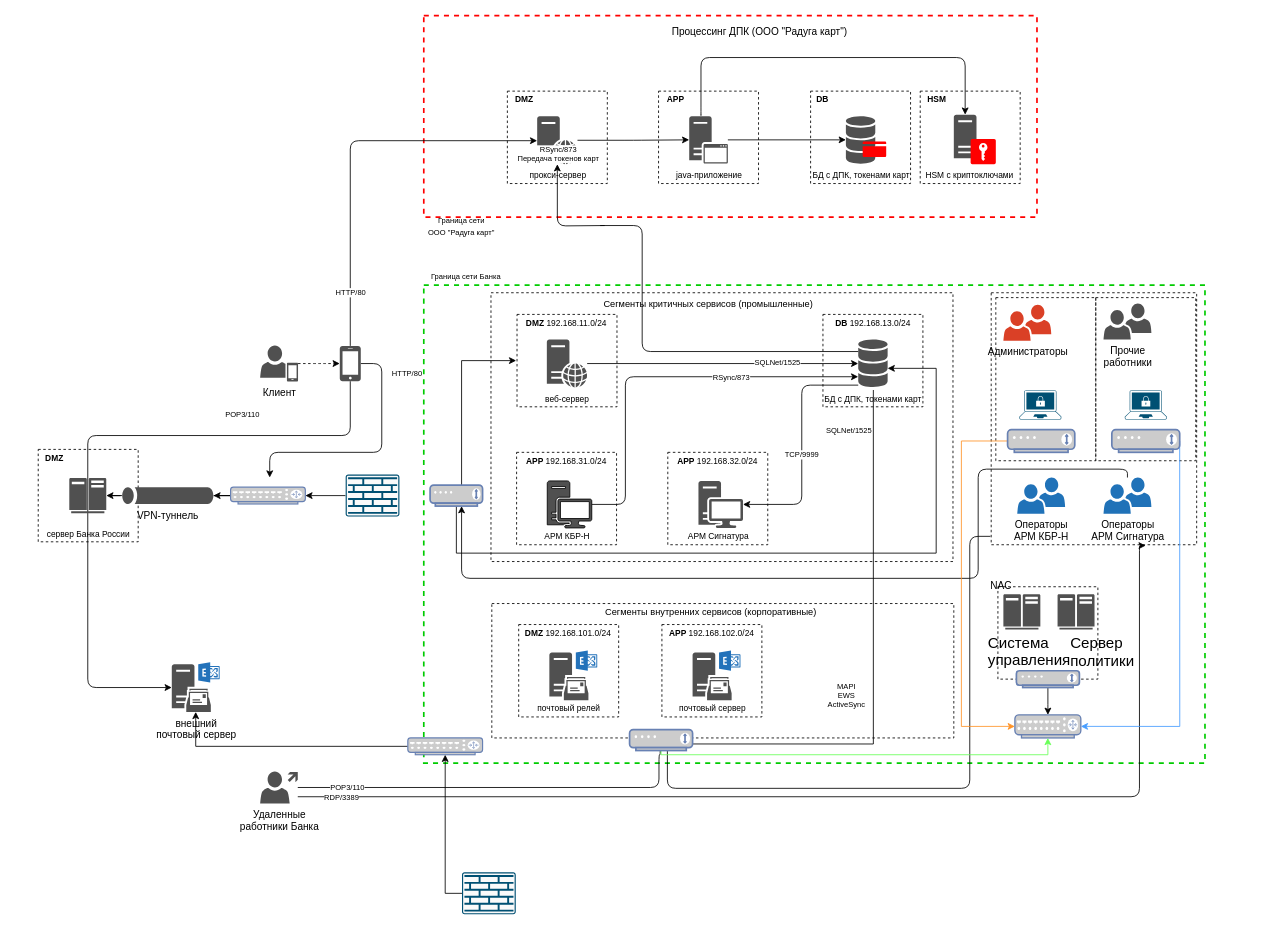
Before: ДЗ - Лекция 2 - Схема инфраструктуры Банка Троянский.drawio in KotFedot21/-_1, a draw.io diagram. Source tidied: cells renumbered, new cells numbered last; positions are measured from the earlier drawing's top-left corner, leaving out a move shared by most shapes. Both pictures are drawn from the tidied source at 84%, with x=0, y=0 at pixel (37, 15).
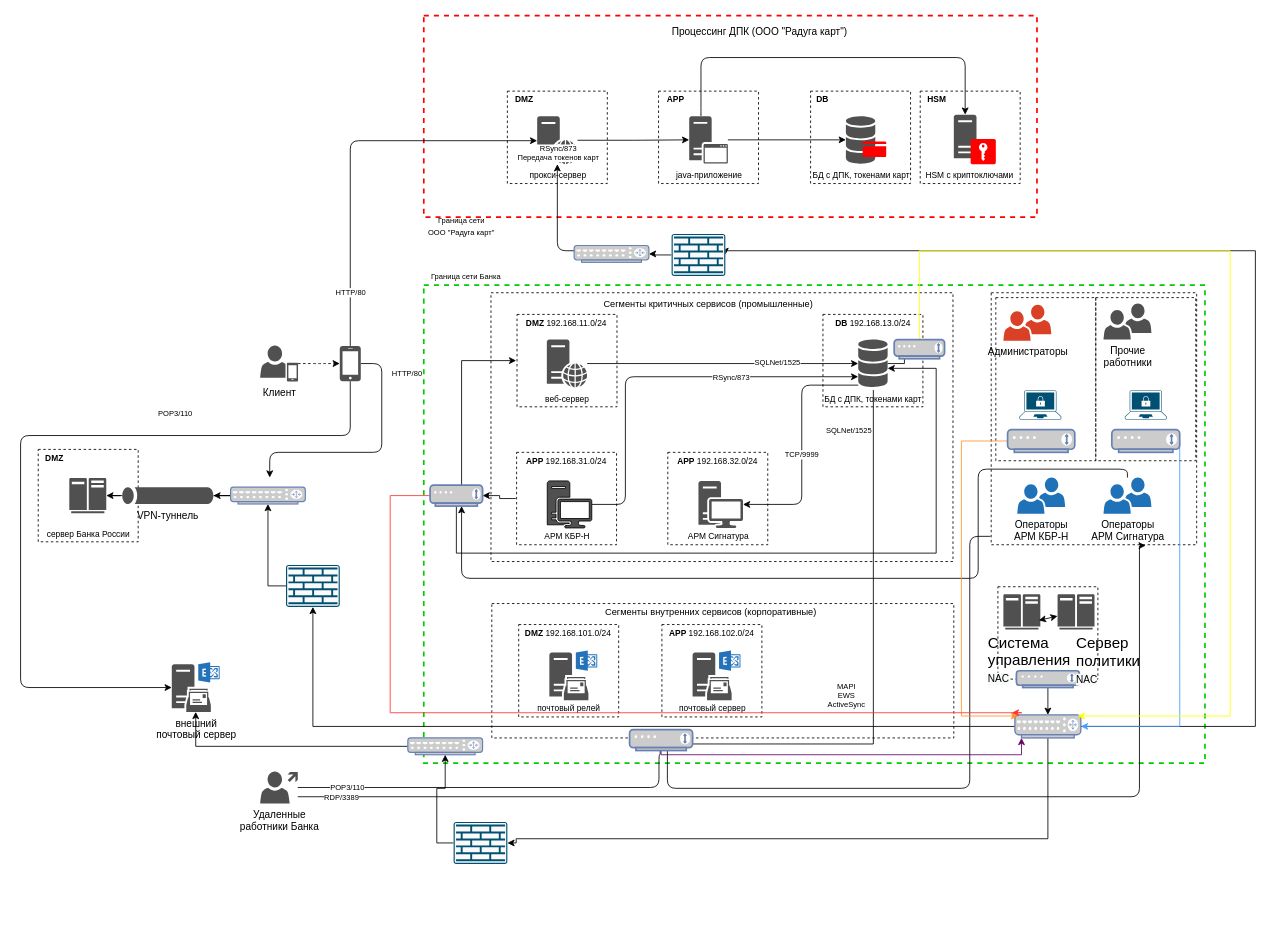
The same diagram, later.

Unchanged cells that the change refers to:
```xml
<mxCell id="9" style="rounded=0;whiteSpace=wrap;html=1;fillColor=none;dashed=1;strokeWidth=1;perimeterSpacing=1;strokeColor=#000000;" parent="1" vertex="1">
  <mxGeometry x="570.5" y="520" width="119" height="110" as="geometry" />
</mxCell>
<mxCell id="19" style="shadow=0;dashed=0;html=1;strokeColor=none;fillColor=#505050;labelPosition=center;verticalLabelPosition=bottom;verticalAlign=top;outlineConnect=0;align=center;shape=mxgraph.office.servers.web_server;" parent="1" vertex="1">
  <mxGeometry x="595" y="120" width="48" height="57" as="geometry" />
</mxCell>
<mxCell id="26" style="shadow=0;dashed=0;html=1;strokeColor=none;fillColor=#505050;labelPosition=center;verticalLabelPosition=bottom;verticalAlign=top;outlineConnect=0;align=center;shape=mxgraph.office.devices.cell_phone_iphone_standalone;" parent="1" vertex="1">
  <mxGeometry x="360" y="393.3" width="25" height="42" as="geometry" />
</mxCell>
<mxCell id="47" style="shadow=0;dashed=0;html=1;strokeColor=none;fillColor=#505050;labelPosition=center;verticalLabelPosition=bottom;verticalAlign=top;outlineConnect=0;align=center;shape=mxgraph.office.databases.database_mini_3;" parent="1" vertex="1">
  <mxGeometry x="977.2" y="385.8" width="35" height="57" as="geometry" />
</mxCell>
<mxCell id="66" value="внешний&lt;br&gt;почтовый сервер" style="shadow=0;dashed=0;html=1;strokeColor=none;fillColor=#505050;labelPosition=center;verticalLabelPosition=bottom;verticalAlign=top;outlineConnect=0;align=center;shape=mxgraph.office.servers.exchange_mailbox_server;labelBackgroundColor=none;" parent="1" vertex="1">
  <mxGeometry x="160" y="770" width="57" height="59" as="geometry" />
</mxCell>
<mxCell id="101" style="shadow=0;dashed=0;html=1;strokeColor=none;fillColor=#505050;labelPosition=center;verticalLabelPosition=bottom;verticalAlign=top;outlineConnect=0;align=center;shape=mxgraph.office.servers.mainframe_host;labelBackgroundColor=none;" parent="1" vertex="1">
  <mxGeometry x="1214.5" y="689" width="44" height="42" as="geometry" />
</mxCell>
<mxCell id="102" style="fontColor=#0066CC;verticalAlign=top;verticalLabelPosition=bottom;labelPosition=center;align=center;html=1;outlineConnect=0;fillColor=#CCCCCC;strokeColor=#6881B3;gradientColor=none;gradientDirection=north;strokeWidth=2;shape=mxgraph.networks.router;" parent="1" vertex="1">
  <mxGeometry x="1163.7" y="832.5" width="78.5" height="27.5" as="geometry" />
</mxCell>
<mxCell id="106" style="fontColor=#0066CC;verticalAlign=top;verticalLabelPosition=bottom;labelPosition=center;align=center;html=1;outlineConnect=0;fillColor=#CCCCCC;strokeColor=#6881B3;gradientColor=none;gradientDirection=north;strokeWidth=2;shape=mxgraph.networks.modem;" parent="1" vertex="1">
  <mxGeometry x="1155" y="493" width="80" height="27" as="geometry" />
</mxCell>
<mxCell id="112" style="fontColor=#0066CC;verticalAlign=top;verticalLabelPosition=bottom;labelPosition=center;align=center;html=1;outlineConnect=0;fillColor=#CCCCCC;strokeColor=#6881B3;gradientColor=none;gradientDirection=north;strokeWidth=2;shape=mxgraph.networks.modem;" parent="1" vertex="1">
  <mxGeometry x="705" y="850" width="75" height="25" as="geometry" />
</mxCell>
<mxCell id="119" style="fontColor=#0066CC;verticalAlign=top;verticalLabelPosition=bottom;labelPosition=center;align=center;html=1;outlineConnect=0;fillColor=#CCCCCC;strokeColor=#6881B3;gradientColor=none;gradientDirection=north;strokeWidth=2;shape=mxgraph.networks.modem;" parent="1" vertex="1">
  <mxGeometry x="467.5" y="559" width="62.5" height="25" as="geometry" />
</mxCell>
```

The edit, as a diff of the source:
```diff
@@
+    <mxCell id="128" style="edgeStyle=orthogonalEdgeStyle;rounded=0;jettySize=auto;html=1;exitX=0;exitY=0.5;exitDx=0;exitDy=0;strokeColor=#000000;" parent="1" edge="1" source="9" target="119">
+      <mxGeometry relative="1" as="geometry" />
+    </mxCell>
@@
     <mxCell id="22" style="edgeStyle=orthogonalEdgeStyle;rounded=1;jettySize=auto;html=1;startArrow=none;startFill=0;endArrow=classic;endFill=1;strokeWidth=1;" parent="1" edge="1" source="26" target="66">
       <mxGeometry relative="1" as="geometry">
         <Array as="points">
           <mxPoint x="373" y="500" />
-          <mxPoint x="60" y="500" />
-          <mxPoint x="60" y="800" />
+          <mxPoint x="-20" y="500" />
+          <mxPoint x="-20" y="800" />
         </Array>
       </mxGeometry>
     </mxCell>
@@
-    <mxCell id="45" style="edgeStyle=orthogonalEdgeStyle;rounded=1;jettySize=auto;html=1;startArrow=none;startFill=0;endArrow=classic;endFill=1;strokeWidth=1;" parent="1" edge="1" target="19">
+    <mxCell id="45" style="edgeStyle=orthogonalEdgeStyle;rounded=1;jettySize=auto;html=1;startArrow=none;startFill=0;endArrow=classic;endFill=1;strokeWidth=1;" parent="1" edge="1" source="136" target="19">
       <mxGeometry relative="1" as="geometry">
-        <mxPoint x="675.4" y="250" as="sourcePoint" />
+        <Array as="points">
+          <mxPoint x="619" y="280" />
+        </Array>
       </mxGeometry>
     </mxCell>
@@
+    <mxCell id="129" style="edgeStyle=orthogonalEdgeStyle;rounded=0;jettySize=auto;html=1;strokeColor=#000000;" parent="1" edge="1" source="47" target="138">
+      <mxGeometry relative="1" as="geometry" />
+    </mxCell>
@@
+    <mxCell id="130" style="edgeStyle=orthogonalEdgeStyle;rounded=0;jettySize=auto;html=1;entryX=1;entryY=0.5;entryDx=0;entryDy=0;entryPerimeter=0;strokeColor=#000000;" parent="1" edge="1" source="102" target="116">
+      <mxGeometry relative="1" as="geometry">
+        <Array as="points">
+          <mxPoint x="1203" y="980" />
+          <mxPoint x="570" y="980" />
+        </Array>
+      </mxGeometry>
+    </mxCell>
+    <mxCell id="131" style="edgeStyle=orthogonalEdgeStyle;rounded=0;jettySize=auto;html=1;entryX=1;entryY=0.5;entryDx=0;entryDy=0;entryPerimeter=0;strokeColor=#000000;" parent="1" edge="1" source="102" target="135">
+      <mxGeometry relative="1" as="geometry">
+        <Array as="points">
+          <mxPoint x="1450" y="846" />
+          <mxPoint x="1450" y="280" />
+          <mxPoint x="819" y="280" />
+        </Array>
+      </mxGeometry>
+    </mxCell>
+    <mxCell id="132" style="edgeStyle=orthogonalEdgeStyle;rounded=0;jettySize=auto;html=1;entryX=0.5;entryY=1;entryDx=0;entryDy=0;entryPerimeter=0;strokeColor=#000000;" parent="1" edge="1" source="102" target="121">
+      <mxGeometry relative="1" as="geometry" />
+    </mxCell>
@@
-    <mxCell id="105" style="edgeStyle=orthogonalEdgeStyle;rounded=0;jettySize=auto;html=1;entryX=0;entryY=0.5;entryDx=0;entryDy=0;entryPerimeter=0;strokeColor=#FF9429;" parent="1" edge="1" source="106" target="102">
+    <mxCell id="105" style="edgeStyle=orthogonalEdgeStyle;rounded=0;jettySize=auto;html=1;entryX=0.05;entryY=0.05;entryDx=0;entryDy=0;entryPerimeter=0;strokeColor=#FF9429;" parent="1" edge="1" source="106" target="102">
       <mxGeometry relative="1" as="geometry">
         <Array as="points">
           <mxPoint x="1100" y="507" />
-          <mxPoint x="1100" y="846" />
+          <mxPoint x="1100" y="834" />
         </Array>
       </mxGeometry>
     </mxCell>
@@
-    <mxCell id="111" style="edgeStyle=orthogonalEdgeStyle;rounded=0;jettySize=auto;html=1;entryX=0.5;entryY=1;entryDx=0;entryDy=0;entryPerimeter=0;strokeColor=#68FF57;" parent="1" edge="1" source="112" target="102">
+    <mxCell id="111" style="edgeStyle=orthogonalEdgeStyle;rounded=0;jettySize=auto;html=1;entryX=0.1;entryY=1;entryDx=0;entryDy=0;entryPerimeter=0;strokeColor=#660066;" parent="1" edge="1" source="112" target="102">
       <mxGeometry relative="1" as="geometry">
         <Array as="points">
-          <mxPoint x="743" y="880" />
-          <mxPoint x="1203" y="880" />
+          <mxPoint x="742" y="880" />
+          <mxPoint x="1172" y="880" />
+          <mxPoint x="1172" y="860" />
         </Array>
       </mxGeometry>
     </mxCell>
@@
     <mxCell id="116" style="sketch=0;points=[[0.015,0.015,0],[0.985,0.015,0],[0.985,0.985,0],[0.015,0.985,0],[0.25,0,0],[0.5,0,0],[0.75,0,0],[1,0.25,0],[1,0.5,0],[1,0.75,0],[0.75,1,0],[0.5,1,0],[0.25,1,0],[0,0.75,0],[0,0.5,0],[0,0.25,0]];verticalLabelPosition=bottom;html=1;verticalAlign=top;align=center;shape=mxgraph.cisco19.rect;prIcon=firewall;fillColor=#FAFAFA;strokeColor=#005073;" parent="1" vertex="1">
-      <mxGeometry x="505.5" y="1020" width="64" height="50" as="geometry" />
+      <mxGeometry x="495.5" y="960" width="64" height="50" as="geometry" />
     </mxCell>
@@
+    <mxCell id="133" style="edgeStyle=orthogonalEdgeStyle;rounded=0;jettySize=auto;html=1;strokeColor=#FF3333;" parent="1" edge="1" source="119">
+      <mxGeometry relative="1" as="geometry">
+        <mxPoint x="1160" y="830" as="targetPoint" />
+        <Array as="points">
+          <mxPoint x="420" y="572" />
+          <mxPoint x="420" y="830" />
+          <mxPoint x="1172" y="830" />
+        </Array>
+      </mxGeometry>
+    </mxCell>
@@
     <mxCell id="121" style="sketch=0;points=[[0.015,0.015,0],[0.985,0.015,0],[0.985,0.985,0],[0.015,0.985,0],[0.25,0,0],[0.5,0,0],[0.75,0,0],[1,0.25,0],[1,0.5,0],[1,0.75,0],[0.75,1,0],[0.5,1,0],[0.25,1,0],[0,0.75,0],[0,0.5,0],[0,0.25,0]];verticalLabelPosition=bottom;html=1;verticalAlign=top;align=center;shape=mxgraph.cisco19.rect;prIcon=firewall;fillColor=#FAFAFA;strokeColor=#005073;" parent="1" vertex="1">
-      <mxGeometry x="367" y="546.5" width="64" height="50" as="geometry" />
+      <mxGeometry x="296" y="654" width="64" height="50" as="geometry" />
     </mxCell>
@@
-    <mxCell id="124" style="edgeStyle=orthogonalEdgeStyle;rounded=1;jettySize=auto;html=1;startArrow=none;startFill=0;endArrow=none;endFill=1;strokeWidth=1;" parent="1" edge="1" source="47">
-      <mxGeometry relative="1" as="geometry">
-        <mxPoint x="670" y="250" as="targetPoint" />
-        <Array as="points">
-          <mxPoint x="720" y="400" />
-        </Array>
-      </mxGeometry>
-    </mxCell>
-    <mxCell id="125" value="&lt;span style=&quot;font-size: 13.5pt ; line-height: 115% ; font-family: &amp;quot;calibri&amp;quot; , &amp;quot;sans-serif&amp;quot; ; color: black&quot;&gt;Система управления &lt;/span&gt;" style="text;whiteSpace=wrap;html=1;" parent="1" vertex="1">
+    <mxCell id="125" value="&lt;span style=&quot;font-size: 13.5pt ; line-height: 115% ; font-family: &amp;#34;calibri&amp;#34; , &amp;#34;sans-serif&amp;#34; ; color: black&quot;&gt;Система управления &lt;br&gt;&lt;span style=&quot;color: rgb(0 , 0 , 0) ; font-family: &amp;#34;helvetica&amp;#34; ; font-size: 12px ; text-align: center ; background-color: rgb(248 , 249 , 250)&quot;&gt;NAC&lt;/span&gt;&lt;br&gt;&lt;/span&gt;" style="text;whiteSpace=wrap;html=1;" parent="1" vertex="1">
       <mxGeometry x="1130" y="730" width="50" height="60" as="geometry" />
     </mxCell>
-    <mxCell id="126" value="&lt;span style=&quot;font-size: 13.5pt ; line-height: 115% ; font-family: &amp;quot;calibri&amp;quot; , &amp;quot;sans-serif&amp;quot; ; color: black&quot;&gt;Сервер политики &lt;/span&gt;" style="text;whiteSpace=wrap;html=1;" parent="1" vertex="1">
-      <mxGeometry x="1227.7" y="731" width="60" height="40" as="geometry" />
+    <mxCell id="126" value="&lt;span style=&quot;font-size: 13.5pt ; line-height: 115% ; font-family: &amp;#34;calibri&amp;#34; , &amp;#34;sans-serif&amp;#34; ; color: black&quot;&gt;Сервер политики &lt;br&gt;&lt;span style=&quot;color: rgb(0 , 0 , 0) ; font-family: &amp;#34;helvetica&amp;#34; ; font-size: 12px ; text-align: center ; background-color: rgb(248 , 249 , 250)&quot;&gt;NAC&lt;/span&gt;&lt;br&gt;&lt;/span&gt;" style="text;whiteSpace=wrap;html=1;" parent="1" vertex="1">
+      <mxGeometry x="1234.5" y="731" width="60" height="40" as="geometry" />
     </mxCell>
-    <mxCell id="127" value="NAC" style="text;html=1;align=center;verticalAlign=middle;strokeColor=none;fillColor=none;" parent="1" vertex="1">
-      <mxGeometry x="1126.5" y="669" width="40" height="20" as="geometry" />
-    </mxCell>
+    <mxCell id="134" style="edgeStyle=orthogonalEdgeStyle;rounded=0;jettySize=auto;html=1;strokeColor=#000000;" parent="1" edge="1" source="135" target="136">
+      <mxGeometry relative="1" as="geometry" />
+    </mxCell>
+    <mxCell id="135" style="sketch=0;points=[[0.015,0.015,0],[0.985,0.015,0],[0.985,0.985,0],[0.015,0.985,0],[0.25,0,0],[0.5,0,0],[0.75,0,0],[1,0.25,0],[1,0.5,0],[1,0.75,0],[0.75,1,0],[0.5,1,0],[0.25,1,0],[0,0.75,0],[0,0.5,0],[0,0.25,0]];verticalLabelPosition=bottom;html=1;verticalAlign=top;align=center;shape=mxgraph.cisco19.rect;prIcon=firewall;fillColor=#FAFAFA;strokeColor=#005073;" parent="1" vertex="1">
+      <mxGeometry x="755" y="260" width="64" height="50" as="geometry" />
+    </mxCell>
+    <mxCell id="136" style="fontColor=#0066CC;verticalAlign=top;verticalLabelPosition=bottom;labelPosition=center;align=center;html=1;outlineConnect=0;fillColor=#CCCCCC;strokeColor=#6881B3;gradientColor=none;gradientDirection=north;strokeWidth=2;shape=mxgraph.networks.router;" parent="1" vertex="1">
+      <mxGeometry x="639" y="273.8" width="89" height="20" as="geometry" />
+    </mxCell>
+    <mxCell id="137" style="edgeStyle=orthogonalEdgeStyle;rounded=0;jettySize=auto;html=1;strokeColor=#FFFF00;entryX=0.95;entryY=0.05;entryDx=0;entryDy=0;entryPerimeter=0;" parent="1" edge="1" source="138" target="102">
+      <mxGeometry relative="1" as="geometry">
+        <Array as="points">
+          <mxPoint x="1050" y="280" />
+          <mxPoint x="1420" y="280" />
+          <mxPoint x="1420" y="834" />
+        </Array>
+      </mxGeometry>
+    </mxCell>
+    <mxCell id="138" style="fontColor=#0066CC;verticalAlign=top;verticalLabelPosition=bottom;labelPosition=center;align=center;html=1;outlineConnect=0;fillColor=#CCCCCC;strokeColor=#6881B3;gradientColor=none;gradientDirection=north;strokeWidth=2;shape=mxgraph.networks.modem;" parent="1" vertex="1">
+      <mxGeometry x="1020" y="385.8" width="60" height="22.8" as="geometry" />
+    </mxCell>
+    <mxCell id="139" style="endArrow=classic;startArrow=classic;html=1;rounded=0;strokeColor=#000000;" parent="1" edge="1" target="101">
+      <mxGeometry relative="1" as="geometry">
+        <mxPoint x="1192.2" y="720" as="sourcePoint" />
+      </mxGeometry>
+    </mxCell>
```
